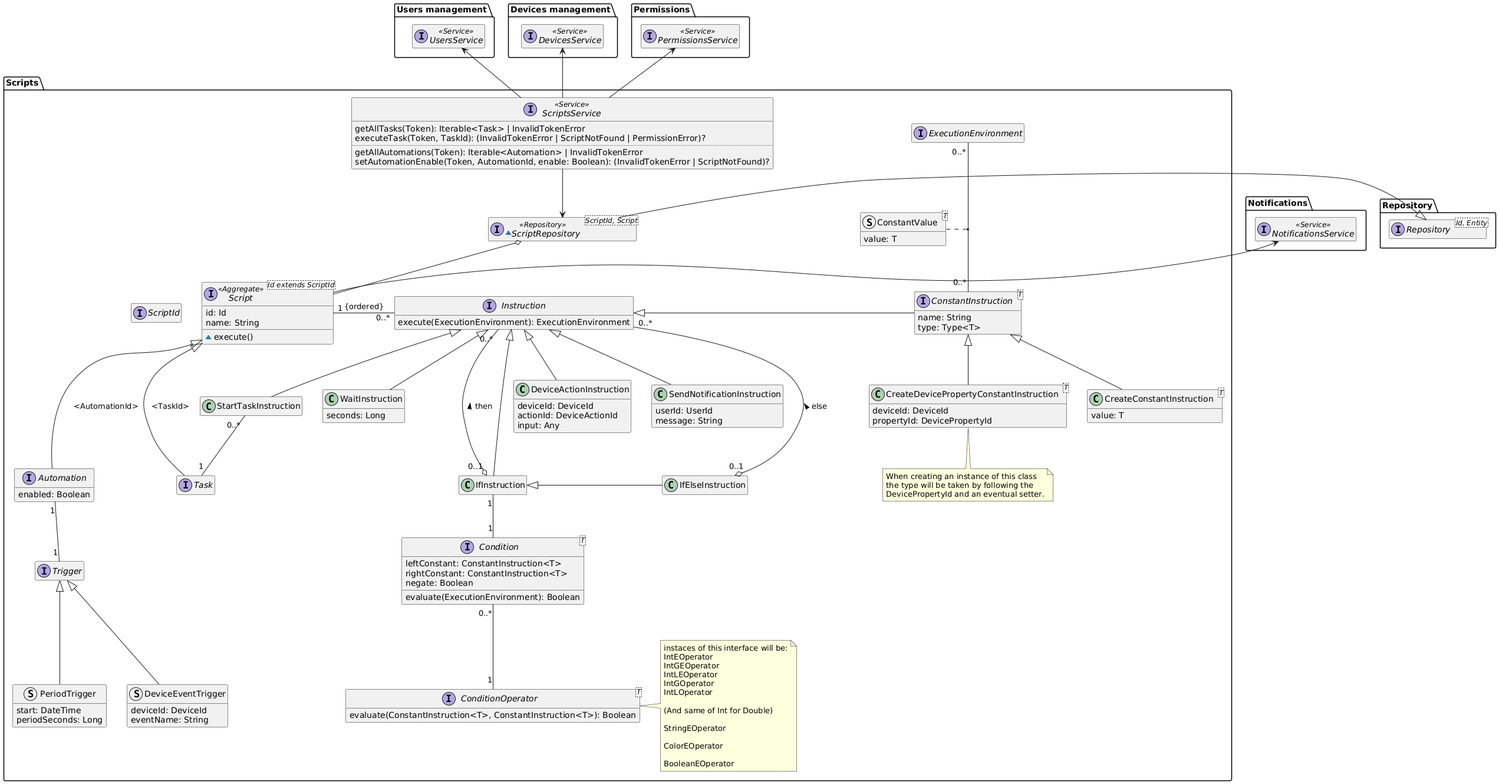
The PlantUML diagram diagrams/generated/scripts-domain-model.png in DomoticASW/.github, before a commit. Its diagram source:
```plantuml
@startuml scripts-domain-model

hide empty members
package Repository{
    interface Repository<Id, Entity>
}

package "Users management" as UsersManagement {
    interface UsersService <<Service>>
}

package "Devices management" as DevicesManagement {
    interface DevicesService <<Service>>
}

package Permissions {
    interface PermissionsService <<Service>>
}

package Notifications {
    interface NotificationsService <<Service>>
}

package "Scripts" {

    interface ScriptId

    interface Script<Id extends ScriptId> <<Aggregate>> {
        id: Id
        name: String
        ~execute()
    }

    interface Task
    interface Automation {
        enabled: Boolean
    }

    interface Trigger

    struct DeviceEventTrigger extends Trigger {
        deviceId: DeviceId
        eventName: String
    }

    struct PeriodTrigger extends Trigger {
        start: DateTime
        periodSeconds: Long
    }

    interface Instruction {
        execute(ExecutionEnvironment): ExecutionEnvironment
    }
    class StartTaskInstruction extends Instruction

    class DeviceActionInstruction extends Instruction {
        deviceId: DeviceId
        actionId: DeviceActionId
        input: Any
    }

    class IfInstruction

    class IfElseInstruction

    class SendNotificationInstruction extends Instruction {
        userId: UserId
        message: String
    }

    class WaitInstruction extends Instruction {
        seconds: Long
    }

    interface ConstantInstruction<T> {
        name: String
        type: Type<T>
    }

    class CreateDevicePropertyConstantInstruction<T> extends ConstantInstruction {
        deviceId: DeviceId
        propertyId: DevicePropertyId
    }
    note bottom of CreateDevicePropertyConstantInstruction
        When creating an instance of this class
        the type will be taken by following the
        DevicePropertyId and an eventual setter.
    end note

    class CreateConstantInstruction<T> extends ConstantInstruction {
        value: T
    }

    interface Condition<T> {
        leftConstant: ConstantInstruction<T>
        rightConstant: ConstantInstruction<T>
        negate: Boolean
        evaluate(ExecutionEnvironment): Boolean
    }

    interface ConditionOperator<T> {
        evaluate(ConstantInstruction<T>, ConstantInstruction<T>): Boolean
    }

    note right of ConditionOperator
        instaces of this interface will be:
        IntEOperator
        IntGEOperator
        IntLEOperator
        IntGOperator
        IntLOperator

        (And same of Int for Double)

        StringEOperator

        ColorEOperator

        BooleanEOperator
    end note

    interface ExecutionEnvironment

    struct ConstantValue<T> {
        value: T
    }

    ExecutionEnvironment "0..*" -- "0..*" ConstantInstruction
    ConstantValue .. (ExecutionEnvironment, ConstantInstruction)

    ~interface ScriptRepository<ScriptId, Script> <<Repository>> {
    }
    ScriptRepository -l-|> Repository.Repository
    ScriptRepository o-- Script

    interface ScriptsService <<Service>> {
        getAllTasks(Token): Iterable<Task> | InvalidTokenError
        executeTask(Token, TaskId): (InvalidTokenError | ScriptNotFound | PermissionError)?
        ..
        getAllAutomations(Token): Iterable<Automation> | InvalidTokenError
        setAutomationEnable(Token, AutomationId, enable: Boolean): (InvalidTokenError | ScriptNotFound)?
    }

    Script -l[hidden] ScriptId
    Script <|-- Task : "<TaskId>"
    Script <|--- Automation : "<AutomationId>"
    Automation "1" -- "1" Trigger
    Script "1" -r- "0..*" Instruction : "{ordered}"
    IfInstruction --u-|> Instruction
    IfElseInstruction -l-|> IfInstruction
    IfInstruction "0..1" o-u- "0..*" Instruction : "then >"
    IfInstruction "1" -- "1" Condition
    IfElseInstruction "0..1" o-u- "0..*" Instruction : "else >"
    StartTaskInstruction "0..*" -- "1" Task
    Condition "0..*" -- "1" ConditionOperator
    ConstantInstruction -l-|> Instruction
    ScriptsService --> ScriptRepository
    ScriptsService -u-> Permissions.PermissionsService
    ScriptsService -u-> DevicesManagement.DevicesService
    ScriptsService -u-> UsersManagement.UsersService
    Script -u-> Notifications.NotificationsService
}

@enduml
```
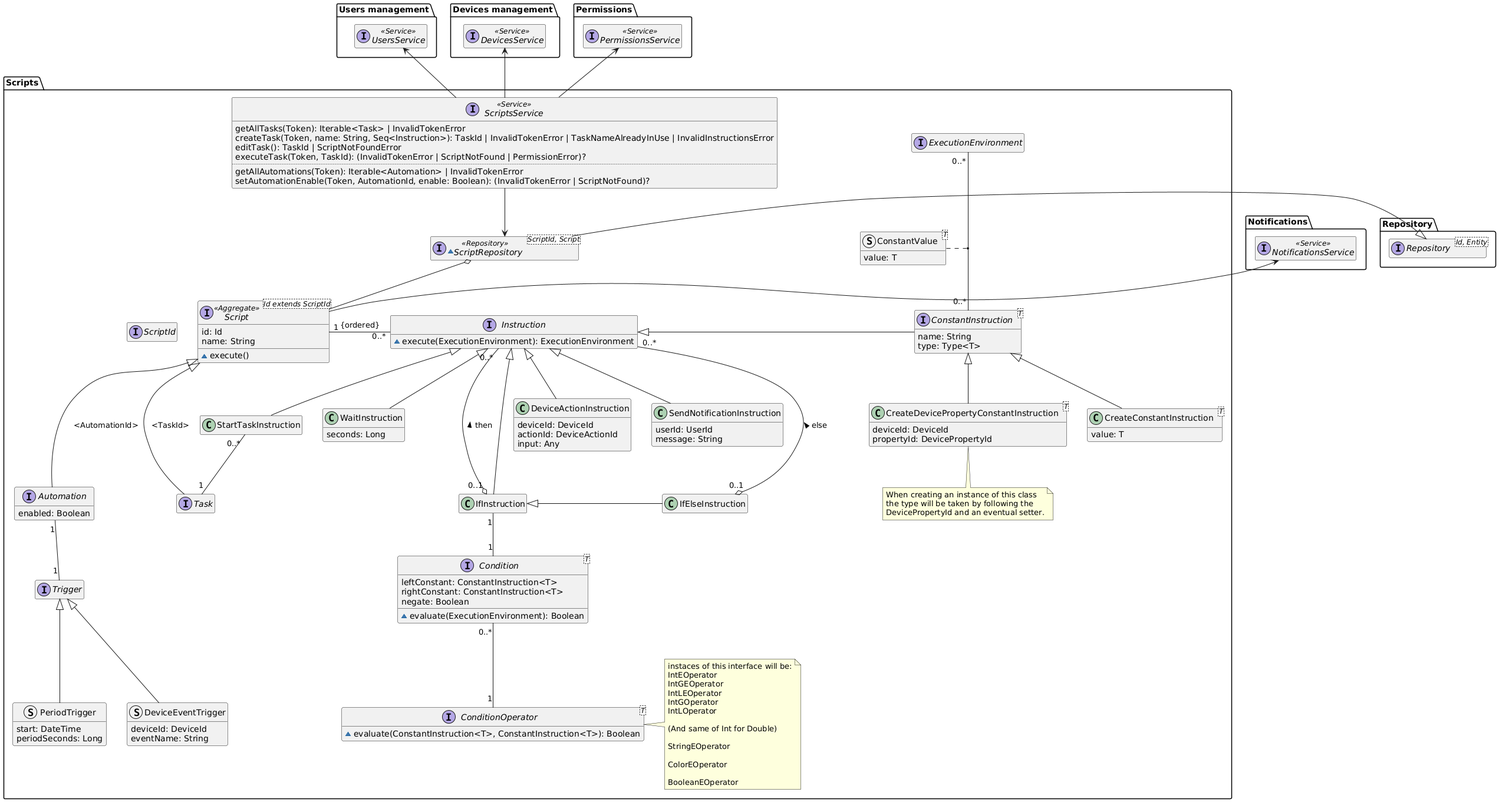
Later version of the same file.

Commit message:
made some methods package private

Change to the diagram source:
```diff
@@ -49,7 +49,7 @@
     }
 
     interface Instruction {
-        execute(ExecutionEnvironment): ExecutionEnvironment
+        ~execute(ExecutionEnvironment): ExecutionEnvironment
     }
     class StartTaskInstruction extends Instruction
 
@@ -95,11 +95,11 @@
         leftConstant: ConstantInstruction<T>
         rightConstant: ConstantInstruction<T>
         negate: Boolean
-        evaluate(ExecutionEnvironment): Boolean
+        ~evaluate(ExecutionEnvironment): Boolean
     }
 
     interface ConditionOperator<T> {
-        evaluate(ConstantInstruction<T>, ConstantInstruction<T>): Boolean
+        ~evaluate(ConstantInstruction<T>, ConstantInstruction<T>): Boolean
     }
 
     note right of ConditionOperator
@@ -135,6 +135,8 @@
 
     interface ScriptsService <<Service>> {
         getAllTasks(Token): Iterable<Task> | InvalidTokenError
+        createTask(Token, name: String, Seq<Instruction>): TaskId | InvalidTokenError | TaskNameAlreadyInUse | InvalidInstructionsError
+        editTask(): TaskId | ScriptNotFoundError
         executeTask(Token, TaskId): (InvalidTokenError | ScriptNotFound | PermissionError)?
         ..
         getAllAutomations(Token): Iterable<Automation> | InvalidTokenError
```
